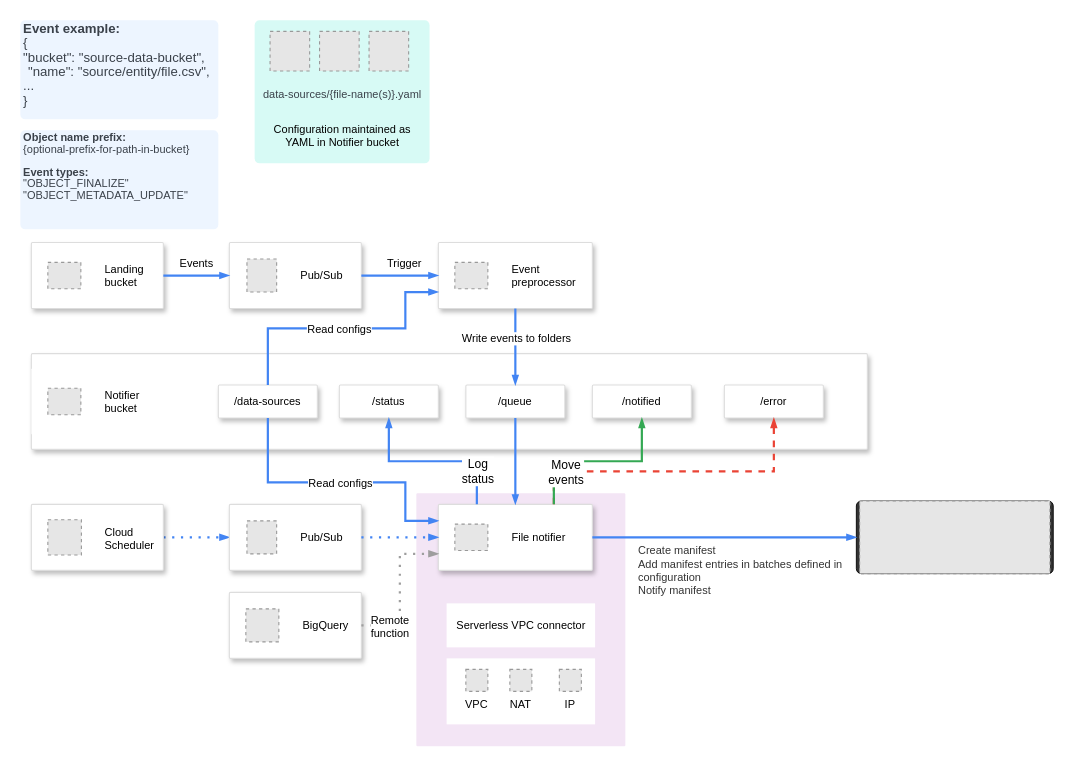
Earlier version of the draw.io diagram cloud_resources/gcp/architecture/gcp_notifier.drawio (agile-data-engine/ade-file-notifier-reference). Source tidied: cells renumbered, new cells numbered last; positions are measured from the earlier drawing's top-left corner, leaving out a move shared by most shapes. Both pictures are drawn from the tidied source at 110%, with x=0, y=0 at pixel (20, 20). Pictures stored in the file or linked from it are replaced by grey dashed boxes.
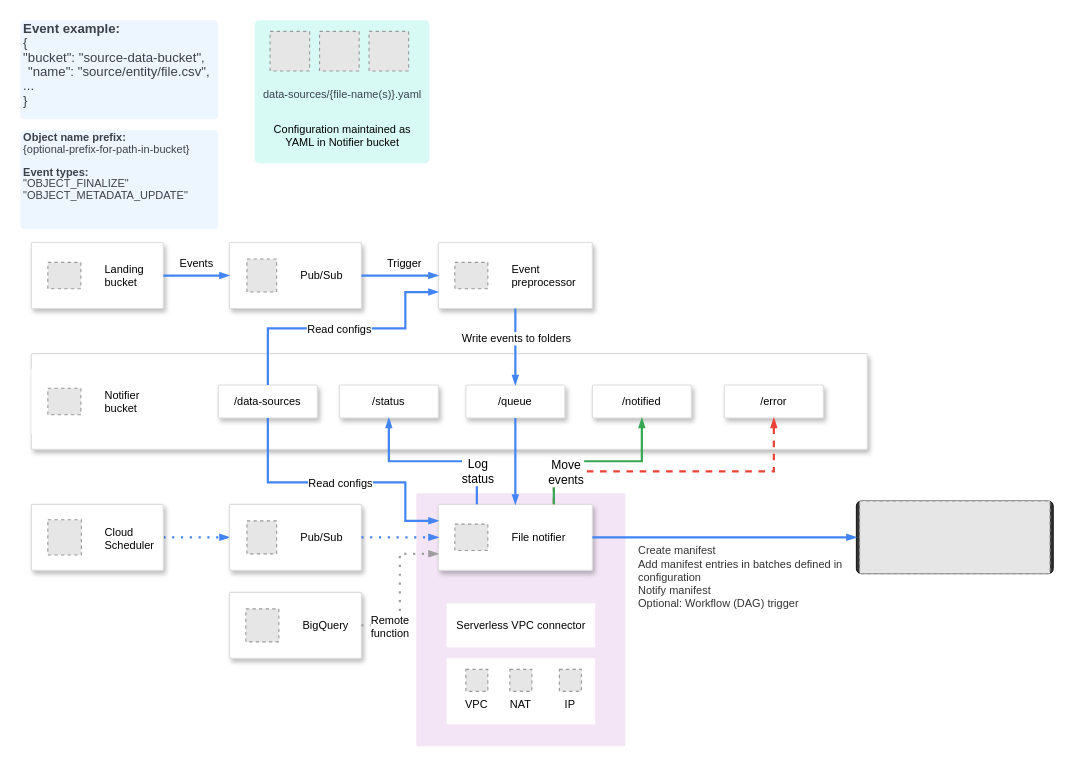
The same page after the edit.

Commit message (it also covers changes not shown here):
Updated drawio and crushed bugs

What changed in the source:
```diff
@@
-    <mxCell id="58" value="&lt;span style=&quot;&quot; data-lucid-content=&quot;{&amp;quot;t&amp;quot;:&amp;quot;Get open manifests\nCreate manifest (if no open manifests)\nAdd manifest entry\nNotify manifest (if single_file_manifest = true)&amp;quot;,&amp;quot;m&amp;quot;:[{&amp;quot;s&amp;quot;:0,&amp;quot;n&amp;quot;:&amp;quot;s&amp;quot;,&amp;quot;v&amp;quot;:17.77777777777778,&amp;quot;e&amp;quot;:125},{&amp;quot;s&amp;quot;:0,&amp;quot;n&amp;quot;:&amp;quot;c&amp;quot;,&amp;quot;v&amp;quot;:&amp;quot;333333ff&amp;quot;,&amp;quot;e&amp;quot;:125},{&amp;quot;s&amp;quot;:0,&amp;quot;n&amp;quot;:&amp;quot;fc&amp;quot;,&amp;quot;v&amp;quot;:&amp;quot;Regular&amp;quot;,&amp;quot;e&amp;quot;:125},{&amp;quot;s&amp;quot;:0,&amp;quot;n&amp;quot;:&amp;quot;fid&amp;quot;,&amp;quot;v&amp;quot;:2,&amp;quot;e&amp;quot;:125}]}&quot;&gt;&lt;span style=&quot;color: rgb(51, 51, 51);&quot;&gt;Create manifest&lt;br&gt;&lt;/span&gt;&lt;span style=&quot;color: rgb(51, 51, 51);&quot;&gt;Add manifest entries in batches defined in configuration&lt;br&gt;&lt;/span&gt;&lt;span style=&quot;color: rgb(51, 51, 51);&quot;&gt;Notify manifest&lt;/span&gt;&lt;/span&gt;" style="text;whiteSpace=wrap;html=1;fontSize=10;" parent="1" vertex="1">
+    <mxCell id="58" value="&lt;span style=&quot;&quot; data-lucid-content=&quot;{&amp;quot;t&amp;quot;:&amp;quot;Get open manifests\nCreate manifest (if no open manifests)\nAdd manifest entry\nNotify manifest (if single_file_manifest = true)&amp;quot;,&amp;quot;m&amp;quot;:[{&amp;quot;s&amp;quot;:0,&amp;quot;n&amp;quot;:&amp;quot;s&amp;quot;,&amp;quot;v&amp;quot;:17.77777777777778,&amp;quot;e&amp;quot;:125},{&amp;quot;s&amp;quot;:0,&amp;quot;n&amp;quot;:&amp;quot;c&amp;quot;,&amp;quot;v&amp;quot;:&amp;quot;333333ff&amp;quot;,&amp;quot;e&amp;quot;:125},{&amp;quot;s&amp;quot;:0,&amp;quot;n&amp;quot;:&amp;quot;fc&amp;quot;,&amp;quot;v&amp;quot;:&amp;quot;Regular&amp;quot;,&amp;quot;e&amp;quot;:125},{&amp;quot;s&amp;quot;:0,&amp;quot;n&amp;quot;:&amp;quot;fid&amp;quot;,&amp;quot;v&amp;quot;:2,&amp;quot;e&amp;quot;:125}]}&quot;&gt;&lt;span style=&quot;color: rgb(51, 51, 51);&quot;&gt;Create manifest&lt;br&gt;&lt;/span&gt;&lt;span style=&quot;color: rgb(51, 51, 51);&quot;&gt;Add manifest entries in batches defined in configuration&lt;br&gt;&lt;/span&gt;&lt;span style=&quot;color: rgb(51, 51, 51);&quot;&gt;Notify manifest&lt;br&gt;Optional: Workflow (DAG) trigger&lt;br&gt;&lt;/span&gt;&lt;/span&gt;" style="text;whiteSpace=wrap;html=1;fontSize=10;" parent="1" vertex="1">
       <mxGeometry x="560" y="470" width="190" height="70" as="geometry" />
     </mxCell>
```
